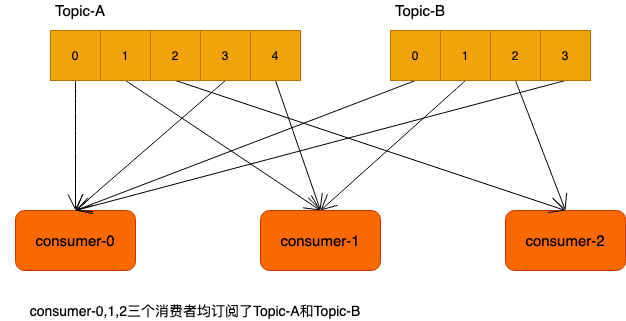
Above: com.guann1n9.diagrams/kakfa/RangeAssignor.png in GuanN1ng/diagrams (draw.io), before the change. Source tidied: cells renumbered, new cells last; positions are measured from the earlier drawing's top-left corner, leaving out a move shared by most shapes. Its diagram source:
```xml
<mxGraphModel>
  <root>
    <mxCell id="0" />
    <mxCell id="1" parent="0" />
    <mxCell id="2" value="&lt;font style=&quot;font-size: 15px&quot;&gt;consumer-0&lt;/font&gt;" style="rounded=1;whiteSpace=wrap;html=1;hachureGap=4;fillColor=#fa6800;strokeColor=#C73500;fontColor=#000000;" parent="1" vertex="1">
      <mxGeometry x="15" y="210" width="120" height="60" as="geometry" />
    </mxCell>
    <mxCell id="3" value="&lt;font style=&quot;font-size: 15px&quot;&gt;consumer-1&lt;/font&gt;" style="rounded=1;whiteSpace=wrap;html=1;hachureGap=4;fillColor=#fa6800;strokeColor=#C73500;fontColor=#000000;" parent="1" vertex="1">
      <mxGeometry x="260" y="210" width="120" height="60" as="geometry" />
    </mxCell>
    <mxCell id="4" value="&lt;font style=&quot;font-size: 15px&quot;&gt;consumer-2&lt;/font&gt;" style="rounded=1;whiteSpace=wrap;html=1;hachureGap=4;fillColor=#fa6800;strokeColor=#C73500;fontColor=#000000;" parent="1" vertex="1">
      <mxGeometry x="505" y="210" width="120" height="60" as="geometry" />
    </mxCell>
    <mxCell id="5" style="edgeStyle=none;curved=1;rounded=0;jettySize=auto;html=1;exitX=0.5;exitY=1;exitDx=0;exitDy=0;entryX=0.5;entryY=0;entryDx=0;entryDy=0;endArrow=open;startSize=14;endSize=14;sourcePerimeterSpacing=8;targetPerimeterSpacing=8;" parent="1" edge="1" source="6" target="2">
      <mxGeometry relative="1" as="geometry" />
    </mxCell>
    <mxCell id="6" value="0" style="whiteSpace=wrap;html=1;hachureGap=4;fillColor=#f0a30a;strokeColor=#BD7000;fontColor=#000000;" parent="1" vertex="1">
      <mxGeometry x="50" y="30" width="50" height="50" as="geometry" />
    </mxCell>
    <mxCell id="7" style="edgeStyle=none;curved=1;rounded=0;jettySize=auto;html=1;exitX=0.5;exitY=1;exitDx=0;exitDy=0;entryX=0.5;entryY=0;entryDx=0;entryDy=0;endArrow=open;startSize=14;endSize=14;sourcePerimeterSpacing=8;targetPerimeterSpacing=8;" parent="1" edge="1" source="8" target="3">
      <mxGeometry relative="1" as="geometry" />
    </mxCell>
    <mxCell id="8" value="1" style="whiteSpace=wrap;html=1;hachureGap=4;fillColor=#f0a30a;strokeColor=#BD7000;fontColor=#000000;" parent="1" vertex="1">
      <mxGeometry x="100" y="30" width="50" height="50" as="geometry" />
    </mxCell>
    <mxCell id="9" style="edgeStyle=none;curved=1;rounded=0;jettySize=auto;html=1;exitX=0.5;exitY=1;exitDx=0;exitDy=0;entryX=0.5;entryY=0;entryDx=0;entryDy=0;endArrow=open;startSize=14;endSize=14;sourcePerimeterSpacing=8;targetPerimeterSpacing=8;" parent="1" edge="1" source="10" target="4">
      <mxGeometry relative="1" as="geometry" />
    </mxCell>
    <mxCell id="10" value="2" style="whiteSpace=wrap;html=1;hachureGap=4;fillColor=#f0a30a;strokeColor=#BD7000;fontColor=#000000;" parent="1" vertex="1">
      <mxGeometry x="150" y="30" width="50" height="50" as="geometry" />
    </mxCell>
    <mxCell id="11" style="edgeStyle=none;curved=1;rounded=0;jettySize=auto;html=1;exitX=0.5;exitY=1;exitDx=0;exitDy=0;entryX=0.5;entryY=0;entryDx=0;entryDy=0;endArrow=open;startSize=14;endSize=14;sourcePerimeterSpacing=8;targetPerimeterSpacing=8;" parent="1" edge="1" source="12" target="2">
      <mxGeometry relative="1" as="geometry" />
    </mxCell>
    <mxCell id="12" value="3" style="whiteSpace=wrap;html=1;hachureGap=4;fillColor=#f0a30a;strokeColor=#BD7000;fontColor=#000000;" parent="1" vertex="1">
      <mxGeometry x="200" y="30" width="50" height="50" as="geometry" />
    </mxCell>
    <mxCell id="13" style="edgeStyle=none;curved=1;rounded=0;jettySize=auto;html=1;exitX=0.5;exitY=1;exitDx=0;exitDy=0;entryX=0.5;entryY=0;entryDx=0;entryDy=0;endArrow=open;startSize=14;endSize=14;sourcePerimeterSpacing=8;targetPerimeterSpacing=8;" parent="1" edge="1" source="14" target="3">
      <mxGeometry relative="1" as="geometry" />
    </mxCell>
    <mxCell id="14" value="4" style="whiteSpace=wrap;html=1;hachureGap=4;fillColor=#f0a30a;strokeColor=#BD7000;fontColor=#000000;" parent="1" vertex="1">
      <mxGeometry x="250" y="30" width="50" height="50" as="geometry" />
    </mxCell>
    <mxCell id="15" style="edgeStyle=none;curved=1;rounded=0;jettySize=auto;html=1;exitX=0.5;exitY=1;exitDx=0;exitDy=0;entryX=0.5;entryY=0;entryDx=0;entryDy=0;endArrow=open;startSize=14;endSize=14;sourcePerimeterSpacing=8;targetPerimeterSpacing=8;" parent="1" edge="1" source="16" target="2">
      <mxGeometry relative="1" as="geometry" />
    </mxCell>
    <mxCell id="16" value="0" style="whiteSpace=wrap;html=1;hachureGap=4;fillColor=#f0a30a;strokeColor=#BD7000;fontColor=#000000;" parent="1" vertex="1">
      <mxGeometry x="390" y="30" width="50" height="50" as="geometry" />
    </mxCell>
    <mxCell id="17" style="edgeStyle=none;curved=1;rounded=0;jettySize=auto;html=1;exitX=0.5;exitY=1;exitDx=0;exitDy=0;endArrow=open;startSize=14;endSize=14;sourcePerimeterSpacing=8;targetPerimeterSpacing=8;" parent="1" edge="1" source="18">
      <mxGeometry relative="1" as="geometry">
        <mxPoint x="320" y="210" as="targetPoint" />
      </mxGeometry>
    </mxCell>
    <mxCell id="18" value="1" style="whiteSpace=wrap;html=1;hachureGap=4;fillColor=#f0a30a;strokeColor=#BD7000;fontColor=#000000;" parent="1" vertex="1">
      <mxGeometry x="440" y="30" width="50" height="50" as="geometry" />
    </mxCell>
    <mxCell id="19" style="edgeStyle=none;curved=1;rounded=0;jettySize=auto;html=1;exitX=0.5;exitY=1;exitDx=0;exitDy=0;endArrow=open;startSize=14;endSize=14;sourcePerimeterSpacing=8;targetPerimeterSpacing=8;entryX=0.5;entryY=0;entryDx=0;entryDy=0;" parent="1" edge="1" source="20" target="4">
      <mxGeometry relative="1" as="geometry" />
    </mxCell>
    <mxCell id="20" value="2" style="whiteSpace=wrap;html=1;hachureGap=4;fillColor=#f0a30a;strokeColor=#BD7000;fontColor=#000000;" parent="1" vertex="1">
      <mxGeometry x="490" y="30" width="50" height="50" as="geometry" />
    </mxCell>
    <mxCell id="21" style="edgeStyle=none;curved=1;rounded=0;jettySize=auto;html=1;exitX=0.5;exitY=1;exitDx=0;exitDy=0;entryX=0.5;entryY=0;entryDx=0;entryDy=0;endArrow=open;startSize=14;endSize=14;sourcePerimeterSpacing=8;targetPerimeterSpacing=8;" parent="1" edge="1" source="22" target="2">
      <mxGeometry relative="1" as="geometry" />
    </mxCell>
    <mxCell id="22" value="3" style="whiteSpace=wrap;html=1;hachureGap=4;fillColor=#f0a30a;strokeColor=#BD7000;fontColor=#000000;" parent="1" vertex="1">
      <mxGeometry x="540" y="30" width="50" height="50" as="geometry" />
    </mxCell>
    <mxCell id="23" value="&lt;font style=&quot;font-size: 15px&quot;&gt;Topic-A&lt;/font&gt;" style="text;html=1;strokeColor=none;fillColor=none;align=center;verticalAlign=middle;whiteSpace=wrap;rounded=0;hachureGap=4;" parent="1" vertex="1">
      <mxGeometry x="40" width="80" height="20" as="geometry" />
    </mxCell>
    <mxCell id="24" value="&lt;font style=&quot;font-size: 15px&quot;&gt;Topic-B&lt;/font&gt;" style="text;html=1;strokeColor=none;fillColor=none;align=center;verticalAlign=middle;whiteSpace=wrap;rounded=0;hachureGap=4;" parent="1" vertex="1">
      <mxGeometry x="380" width="80" height="20" as="geometry" />
    </mxCell>
    <mxCell id="25" value="&lt;font style=&quot;font-size: 14px&quot;&gt;consumer-0,1,2三个消费者均订阅了Topic-A和Topic-B&lt;/font&gt;" style="text;html=1;strokeColor=none;fillColor=none;align=center;verticalAlign=middle;whiteSpace=wrap;rounded=0;hachureGap=4;" parent="1" vertex="1">
      <mxGeometry y="300" width="390" height="20" as="geometry" />
    </mxCell>
  </root>
</mxGraphModel>
```
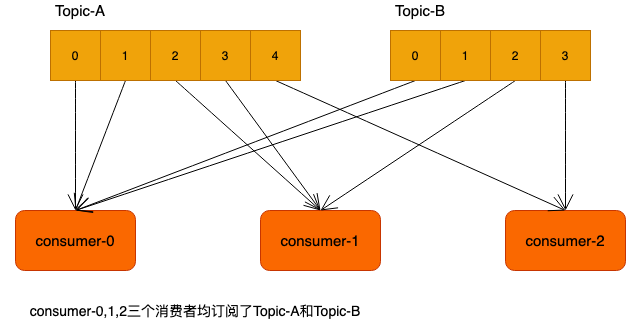
After the change.

The edit, as a diff of the source:
```diff
@@ -17,25 +17,27 @@
     <mxCell id="6" value="0" style="whiteSpace=wrap;html=1;hachureGap=4;fillColor=#f0a30a;strokeColor=#BD7000;fontColor=#000000;" parent="1" vertex="1">
       <mxGeometry x="50" y="30" width="50" height="50" as="geometry" />
     </mxCell>
-    <mxCell id="7" style="edgeStyle=none;curved=1;rounded=0;jettySize=auto;html=1;exitX=0.5;exitY=1;exitDx=0;exitDy=0;entryX=0.5;entryY=0;entryDx=0;entryDy=0;endArrow=open;startSize=14;endSize=14;sourcePerimeterSpacing=8;targetPerimeterSpacing=8;" parent="1" edge="1" source="8" target="3">
+    <mxCell id="7" style="edgeStyle=none;curved=1;rounded=0;jettySize=auto;html=1;exitX=0.5;exitY=1;exitDx=0;exitDy=0;entryX=0.5;entryY=0;entryDx=0;entryDy=0;endArrow=open;startSize=14;endSize=14;sourcePerimeterSpacing=8;targetPerimeterSpacing=8;" parent="1" edge="1" source="8" target="2">
       <mxGeometry relative="1" as="geometry" />
     </mxCell>
     <mxCell id="8" value="1" style="whiteSpace=wrap;html=1;hachureGap=4;fillColor=#f0a30a;strokeColor=#BD7000;fontColor=#000000;" parent="1" vertex="1">
       <mxGeometry x="100" y="30" width="50" height="50" as="geometry" />
     </mxCell>
-    <mxCell id="9" style="edgeStyle=none;curved=1;rounded=0;jettySize=auto;html=1;exitX=0.5;exitY=1;exitDx=0;exitDy=0;entryX=0.5;entryY=0;entryDx=0;entryDy=0;endArrow=open;startSize=14;endSize=14;sourcePerimeterSpacing=8;targetPerimeterSpacing=8;" parent="1" edge="1" source="10" target="4">
+    <mxCell id="9" style="edgeStyle=none;curved=1;rounded=0;jettySize=auto;html=1;exitX=0.5;exitY=1;exitDx=0;exitDy=0;entryX=0.5;entryY=0;entryDx=0;entryDy=0;endArrow=open;startSize=14;endSize=14;sourcePerimeterSpacing=8;targetPerimeterSpacing=8;" parent="1" edge="1" source="10" target="3">
       <mxGeometry relative="1" as="geometry" />
     </mxCell>
     <mxCell id="10" value="2" style="whiteSpace=wrap;html=1;hachureGap=4;fillColor=#f0a30a;strokeColor=#BD7000;fontColor=#000000;" parent="1" vertex="1">
       <mxGeometry x="150" y="30" width="50" height="50" as="geometry" />
     </mxCell>
-    <mxCell id="11" style="edgeStyle=none;curved=1;rounded=0;jettySize=auto;html=1;exitX=0.5;exitY=1;exitDx=0;exitDy=0;entryX=0.5;entryY=0;entryDx=0;entryDy=0;endArrow=open;startSize=14;endSize=14;sourcePerimeterSpacing=8;targetPerimeterSpacing=8;" parent="1" edge="1" source="12" target="2">
-      <mxGeometry relative="1" as="geometry" />
+    <mxCell id="11" style="edgeStyle=none;curved=1;rounded=0;jettySize=auto;html=1;exitX=0.5;exitY=1;exitDx=0;exitDy=0;endArrow=open;startSize=14;endSize=14;sourcePerimeterSpacing=8;targetPerimeterSpacing=8;" parent="1" edge="1" source="12">
+      <mxGeometry relative="1" as="geometry">
+        <mxPoint x="320" y="210" as="targetPoint" />
+      </mxGeometry>
     </mxCell>
     <mxCell id="12" value="3" style="whiteSpace=wrap;html=1;hachureGap=4;fillColor=#f0a30a;strokeColor=#BD7000;fontColor=#000000;" parent="1" vertex="1">
       <mxGeometry x="200" y="30" width="50" height="50" as="geometry" />
     </mxCell>
-    <mxCell id="13" style="edgeStyle=none;curved=1;rounded=0;jettySize=auto;html=1;exitX=0.5;exitY=1;exitDx=0;exitDy=0;entryX=0.5;entryY=0;entryDx=0;entryDy=0;endArrow=open;startSize=14;endSize=14;sourcePerimeterSpacing=8;targetPerimeterSpacing=8;" parent="1" edge="1" source="14" target="3">
+    <mxCell id="13" style="edgeStyle=none;curved=1;rounded=0;jettySize=auto;html=1;exitX=0.5;exitY=1;exitDx=0;exitDy=0;entryX=0.5;entryY=0;entryDx=0;entryDy=0;endArrow=open;startSize=14;endSize=14;sourcePerimeterSpacing=8;targetPerimeterSpacing=8;" parent="1" edge="1" source="14" target="4">
       <mxGeometry relative="1" as="geometry" />
     </mxCell>
     <mxCell id="14" value="4" style="whiteSpace=wrap;html=1;hachureGap=4;fillColor=#f0a30a;strokeColor=#BD7000;fontColor=#000000;" parent="1" vertex="1">
@@ -47,21 +49,21 @@
     <mxCell id="16" value="0" style="whiteSpace=wrap;html=1;hachureGap=4;fillColor=#f0a30a;strokeColor=#BD7000;fontColor=#000000;" parent="1" vertex="1">
       <mxGeometry x="390" y="30" width="50" height="50" as="geometry" />
     </mxCell>
-    <mxCell id="17" style="edgeStyle=none;curved=1;rounded=0;jettySize=auto;html=1;exitX=0.5;exitY=1;exitDx=0;exitDy=0;endArrow=open;startSize=14;endSize=14;sourcePerimeterSpacing=8;targetPerimeterSpacing=8;" parent="1" edge="1" source="18">
-      <mxGeometry relative="1" as="geometry">
-        <mxPoint x="320" y="210" as="targetPoint" />
-      </mxGeometry>
+    <mxCell id="17" style="edgeStyle=none;curved=1;rounded=0;jettySize=auto;html=1;exitX=0.5;exitY=1;exitDx=0;exitDy=0;endArrow=open;startSize=14;endSize=14;sourcePerimeterSpacing=8;targetPerimeterSpacing=8;entryX=0.5;entryY=0;entryDx=0;entryDy=0;" parent="1" edge="1" source="18" target="2">
+      <mxGeometry relative="1" as="geometry" />
     </mxCell>
     <mxCell id="18" value="1" style="whiteSpace=wrap;html=1;hachureGap=4;fillColor=#f0a30a;strokeColor=#BD7000;fontColor=#000000;" parent="1" vertex="1">
       <mxGeometry x="440" y="30" width="50" height="50" as="geometry" />
     </mxCell>
-    <mxCell id="19" style="edgeStyle=none;curved=1;rounded=0;jettySize=auto;html=1;exitX=0.5;exitY=1;exitDx=0;exitDy=0;endArrow=open;startSize=14;endSize=14;sourcePerimeterSpacing=8;targetPerimeterSpacing=8;entryX=0.5;entryY=0;entryDx=0;entryDy=0;" parent="1" edge="1" source="20" target="4">
-      <mxGeometry relative="1" as="geometry" />
+    <mxCell id="19" style="edgeStyle=none;curved=1;rounded=0;jettySize=auto;html=1;exitX=0.5;exitY=1;exitDx=0;exitDy=0;endArrow=open;startSize=14;endSize=14;sourcePerimeterSpacing=8;targetPerimeterSpacing=8;" parent="1" edge="1" source="20">
+      <mxGeometry relative="1" as="geometry">
+        <mxPoint x="320" y="210" as="targetPoint" />
+      </mxGeometry>
     </mxCell>
     <mxCell id="20" value="2" style="whiteSpace=wrap;html=1;hachureGap=4;fillColor=#f0a30a;strokeColor=#BD7000;fontColor=#000000;" parent="1" vertex="1">
       <mxGeometry x="490" y="30" width="50" height="50" as="geometry" />
     </mxCell>
-    <mxCell id="21" style="edgeStyle=none;curved=1;rounded=0;jettySize=auto;html=1;exitX=0.5;exitY=1;exitDx=0;exitDy=0;entryX=0.5;entryY=0;entryDx=0;entryDy=0;endArrow=open;startSize=14;endSize=14;sourcePerimeterSpacing=8;targetPerimeterSpacing=8;" parent="1" edge="1" source="22" target="2">
+    <mxCell id="21" style="edgeStyle=none;curved=1;rounded=0;jettySize=auto;html=1;exitX=0.5;exitY=1;exitDx=0;exitDy=0;entryX=0.5;entryY=0;entryDx=0;entryDy=0;endArrow=open;startSize=14;endSize=14;sourcePerimeterSpacing=8;targetPerimeterSpacing=8;" parent="1" edge="1" source="22" target="4">
       <mxGeometry relative="1" as="geometry" />
     </mxCell>
     <mxCell id="22" value="3" style="whiteSpace=wrap;html=1;hachureGap=4;fillColor=#f0a30a;strokeColor=#BD7000;fontColor=#000000;" parent="1" vertex="1">
```
